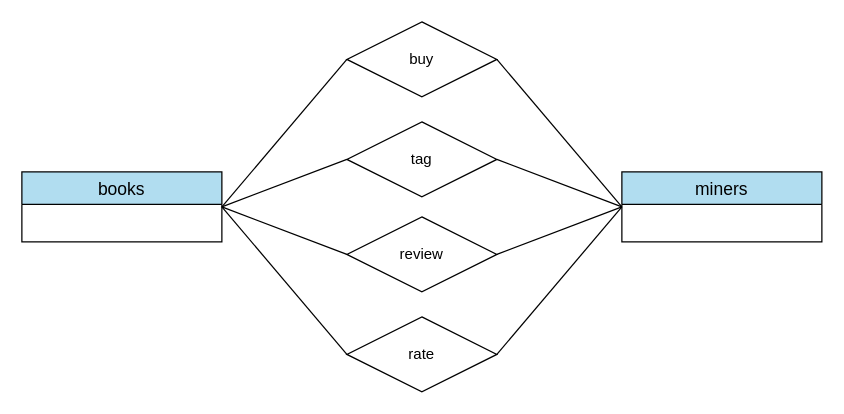
Earlier version of the draw.io diagram docs/img/4r.drawio (zcysxy/Salt-Library). Source tidied: cells renumbered, new cells numbered last; positions are measured from the earlier drawing's top-left corner, leaving out a move shared by most shapes. Both pictures are drawn from the tidied source at 125%, with x=0, y=0 at pixel (21, 21).
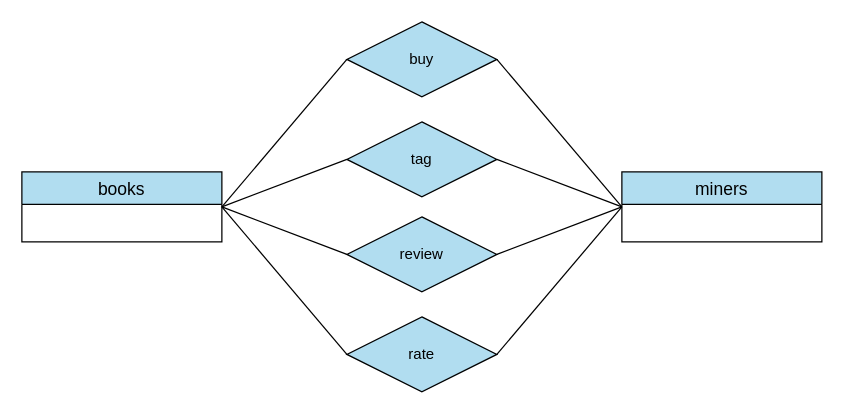
The same diagram, later.

Change to the diagram source:
```diff
@@
 <mxGraphModel>
   <root>
     <mxCell id="0" />
     <mxCell id="1" parent="0" />
-    <mxCell id="2" value="miners" style="swimlane;fontStyle=0;horizontal=1;startSize=26;align=center;fontSize=14;fillColor=#B1DDF0;fontColor=#000000;strokeColor=#000000;" parent="1" vertex="1">
+    <mxCell id="2" value="miners" style="swimlane;fontStyle=0;horizontal=1;startSize=26;align=center;fontSize=14;fillColor=#B1DDF0;strokeColor=#000000;fontColor=#000000;" parent="1" vertex="1">
       <mxGeometry x="480" y="120" width="160" height="56" as="geometry" />
     </mxCell>
-    <mxCell id="3" value="books" style="swimlane;fontStyle=0;horizontal=1;startSize=26;align=center;fontSize=14;fillColor=#B1DDF0;fontColor=#000000;strokeColor=#000000;" parent="1" vertex="1">
+    <mxCell id="3" value="books" style="swimlane;fontStyle=0;horizontal=1;startSize=26;align=center;fontSize=14;fillColor=#B1DDF0;strokeColor=#000000;fontColor=#000000;" parent="1" vertex="1">
       <mxGeometry y="120" width="160" height="56" as="geometry" />
     </mxCell>
-    <mxCell id="4" style="rounded=0;jettySize=auto;html=1;exitX=0;exitY=0.5;exitDx=0;exitDy=0;entryX=1;entryY=0.5;entryDx=0;entryDy=0;endArrow=none;endFill=0;" parent="1" edge="1" source="6" target="3">
+    <mxCell id="4" style="rounded=0;jettySize=auto;html=1;exitX=0;exitY=0.5;exitDx=0;exitDy=0;entryX=1;entryY=0.5;entryDx=0;entryDy=0;endArrow=none;endFill=0;strokeColor=#000000;fontColor=#000000;" parent="1" edge="1" source="6" target="3">
       <mxGeometry relative="1" as="geometry" />
     </mxCell>
-    <mxCell id="5" style="edgeStyle=none;rounded=0;jettySize=auto;html=1;exitX=1;exitY=0.5;exitDx=0;exitDy=0;entryX=0;entryY=0.5;entryDx=0;entryDy=0;endArrow=none;endFill=0;" parent="1" edge="1" source="6" target="2">
+    <mxCell id="5" style="edgeStyle=none;rounded=0;jettySize=auto;html=1;exitX=1;exitY=0.5;exitDx=0;exitDy=0;entryX=0;entryY=0.5;entryDx=0;entryDy=0;endArrow=none;endFill=0;strokeColor=#000000;fontColor=#000000;" parent="1" edge="1" source="6" target="2">
       <mxGeometry relative="1" as="geometry" />
     </mxCell>
-    <mxCell id="6" value="buy" style="shape=rhombus;perimeter=rhombusPerimeter;whiteSpace=wrap;html=1;align=center;" parent="1" vertex="1">
+    <mxCell id="6" value="buy" style="shape=rhombus;perimeter=rhombusPerimeter;whiteSpace=wrap;html=1;align=center;strokeColor=#000000;fontColor=#000000;fillColor=#B1DDF0;" parent="1" vertex="1">
       <mxGeometry x="260" width="120" height="60" as="geometry" />
     </mxCell>
-    <mxCell id="7" style="rounded=0;jettySize=auto;html=1;exitX=0;exitY=0.5;exitDx=0;exitDy=0;entryX=1;entryY=0.5;entryDx=0;entryDy=0;endArrow=none;endFill=0;" parent="1" edge="1" source="9" target="3">
+    <mxCell id="7" style="rounded=0;jettySize=auto;html=1;exitX=0;exitY=0.5;exitDx=0;exitDy=0;entryX=1;entryY=0.5;entryDx=0;entryDy=0;endArrow=none;endFill=0;strokeColor=#000000;fontColor=#000000;" parent="1" edge="1" source="9" target="3">
       <mxGeometry relative="1" as="geometry" />
     </mxCell>
-    <mxCell id="8" style="edgeStyle=none;rounded=0;jettySize=auto;html=1;exitX=1;exitY=0.5;exitDx=0;exitDy=0;entryX=0;entryY=0.5;entryDx=0;entryDy=0;endArrow=none;endFill=0;" parent="1" edge="1" source="9" target="2">
+    <mxCell id="8" style="edgeStyle=none;rounded=0;jettySize=auto;html=1;exitX=1;exitY=0.5;exitDx=0;exitDy=0;entryX=0;entryY=0.5;entryDx=0;entryDy=0;endArrow=none;endFill=0;strokeColor=#000000;fontColor=#000000;" parent="1" edge="1" source="9" target="2">
       <mxGeometry relative="1" as="geometry" />
     </mxCell>
-    <mxCell id="9" value="tag" style="shape=rhombus;perimeter=rhombusPerimeter;whiteSpace=wrap;html=1;align=center;" parent="1" vertex="1">
+    <mxCell id="9" value="tag" style="shape=rhombus;perimeter=rhombusPerimeter;whiteSpace=wrap;html=1;align=center;strokeColor=#000000;fontColor=#000000;fillColor=#B1DDF0;" parent="1" vertex="1">
       <mxGeometry x="260" y="80" width="120" height="60" as="geometry" />
     </mxCell>
-    <mxCell id="10" style="rounded=0;jettySize=auto;html=1;exitX=0;exitY=0.5;exitDx=0;exitDy=0;endArrow=none;endFill=0;entryX=1;entryY=0.5;entryDx=0;entryDy=0;" parent="1" edge="1" source="12" target="3">
+    <mxCell id="10" style="rounded=0;jettySize=auto;html=1;exitX=0;exitY=0.5;exitDx=0;exitDy=0;endArrow=none;endFill=0;entryX=1;entryY=0.5;entryDx=0;entryDy=0;strokeColor=#000000;fontColor=#000000;" parent="1" edge="1" source="12" target="3">
       <mxGeometry relative="1" as="geometry" />
     </mxCell>
-    <mxCell id="11" style="edgeStyle=none;rounded=0;jettySize=auto;html=1;exitX=1;exitY=0.5;exitDx=0;exitDy=0;entryX=0;entryY=0.5;entryDx=0;entryDy=0;endArrow=none;endFill=0;" parent="1" edge="1" source="12" target="2">
+    <mxCell id="11" style="edgeStyle=none;rounded=0;jettySize=auto;html=1;exitX=1;exitY=0.5;exitDx=0;exitDy=0;entryX=0;entryY=0.5;entryDx=0;entryDy=0;endArrow=none;endFill=0;strokeColor=#000000;fontColor=#000000;" parent="1" edge="1" source="12" target="2">
       <mxGeometry relative="1" as="geometry" />
     </mxCell>
-    <mxCell id="12" value="review" style="shape=rhombus;perimeter=rhombusPerimeter;whiteSpace=wrap;html=1;align=center;" parent="1" vertex="1">
+    <mxCell id="12" value="review" style="shape=rhombus;perimeter=rhombusPerimeter;whiteSpace=wrap;html=1;align=center;strokeColor=#000000;fontColor=#000000;fillColor=#B1DDF0;" parent="1" vertex="1">
       <mxGeometry x="260" y="156" width="120" height="60" as="geometry" />
     </mxCell>
-    <mxCell id="13" style="rounded=0;jettySize=auto;html=1;exitX=0;exitY=0.5;exitDx=0;exitDy=0;endArrow=none;endFill=0;entryX=1;entryY=0.5;entryDx=0;entryDy=0;" parent="1" edge="1" source="15" target="3">
+    <mxCell id="13" style="rounded=0;jettySize=auto;html=1;exitX=0;exitY=0.5;exitDx=0;exitDy=0;endArrow=none;endFill=0;entryX=1;entryY=0.5;entryDx=0;entryDy=0;strokeColor=#000000;fontColor=#000000;" parent="1" edge="1" source="15" target="3">
       <mxGeometry relative="1" as="geometry" />
     </mxCell>
-    <mxCell id="14" style="edgeStyle=none;rounded=0;jettySize=auto;html=1;exitX=1;exitY=0.5;exitDx=0;exitDy=0;entryX=0;entryY=0.5;entryDx=0;entryDy=0;endArrow=none;endFill=0;" parent="1" edge="1" source="15" target="2">
+    <mxCell id="14" style="edgeStyle=none;rounded=0;jettySize=auto;html=1;exitX=1;exitY=0.5;exitDx=0;exitDy=0;entryX=0;entryY=0.5;entryDx=0;entryDy=0;endArrow=none;endFill=0;strokeColor=#000000;fontColor=#000000;" parent="1" edge="1" source="15" target="2">
       <mxGeometry relative="1" as="geometry" />
     </mxCell>
-    <mxCell id="15" value="rate" style="shape=rhombus;perimeter=rhombusPerimeter;whiteSpace=wrap;html=1;align=center;" parent="1" vertex="1">
+    <mxCell id="15" value="rate" style="shape=rhombus;perimeter=rhombusPerimeter;whiteSpace=wrap;html=1;align=center;strokeColor=#000000;fontColor=#000000;fillColor=#B1DDF0;" parent="1" vertex="1">
       <mxGeometry x="260" y="236" width="120" height="60" as="geometry" />
     </mxCell>
   </root>
 </mxGraphModel>
```
